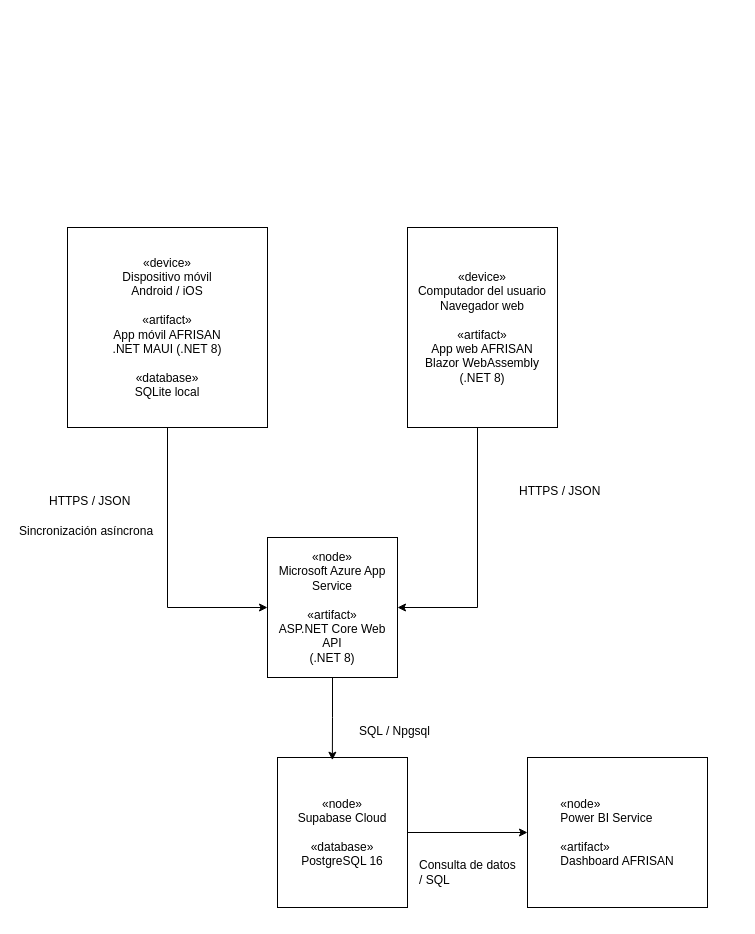
The draw.io diagram ARQUITECTURA/DIAGRAMAS/AFRISAN_04_DIAGRAMA_DESPLIEGUE.drawio in Tormenta-Yarek/AFRISAN-APT, before the edit. Source tidied: cells renumbered, new cells numbered last; positions are measured from the earlier drawing's top-left corner, leaving out a move shared by most shapes. Both pictures are drawn from the tidied source at 100%, with x=0, y=0 at pixel (17, 227).
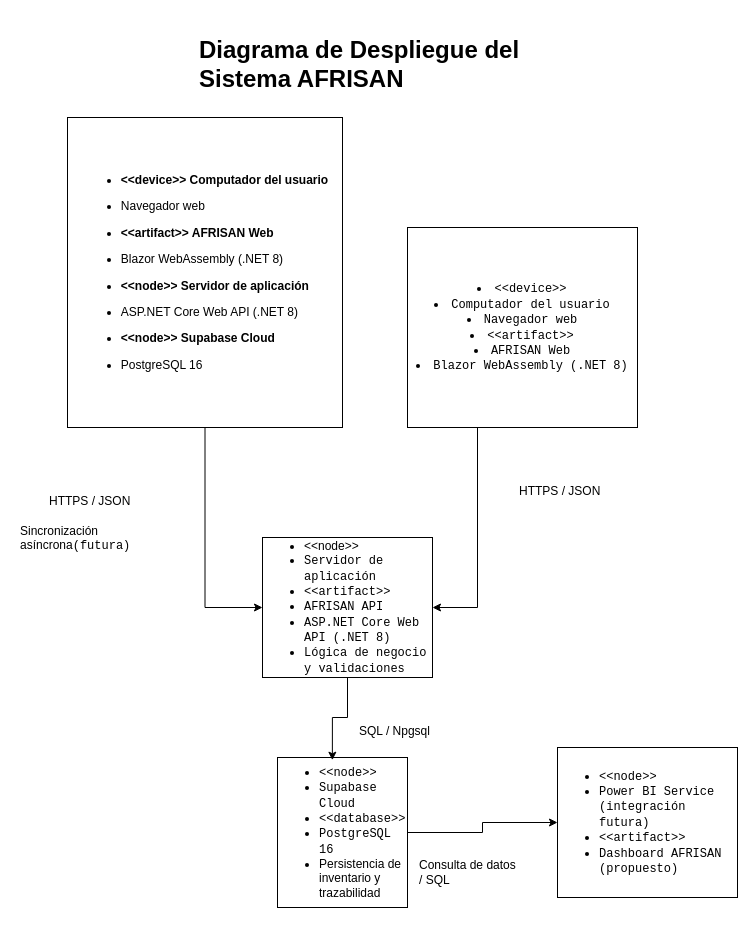
After the change.

Commit message (it also covers changes not shown here):
docs: actualizar diagramas de arquitectura AFRISAN

The edit, as a diff of the source:
```diff
@@
 <mxGraphModel>
   <root>
     <mxCell id="0" />
     <mxCell id="1" parent="0" />
     <mxCell id="2" style="edgeStyle=orthogonalEdgeStyle;rounded=0;jettySize=auto;html=1;entryX=0;entryY=0.5;entryDx=0;entryDy=0;" parent="1" edge="1" source="3" target="6">
       <mxGeometry relative="1" as="geometry" />
     </mxCell>
-    <mxCell id="3" value="«device»&lt;br/&gt;Dispositivo móvil&lt;br/&gt;Android / iOS&lt;br/&gt;&lt;br/&gt;«artifact»&lt;br/&gt;App móvil AFRISAN&lt;br/&gt;.NET MAUI (.NET 8)&lt;br/&gt;&lt;br/&gt;«database»&lt;br/&gt;SQLite local" style="html=1;whiteSpace=wrap;" parent="1" vertex="1">
-      <mxGeometry x="50" width="200" height="200" as="geometry" />
+    <mxCell id="3" value="&lt;ul&gt;&lt;li&gt;&lt;p style=&quot;text-align: left;&quot;&gt;&lt;strong&gt;&amp;lt;&amp;lt;device&amp;gt;&amp;gt; Computador del usuario&lt;/strong&gt;&lt;/p&gt;&lt;/li&gt;&lt;li&gt;&lt;p style=&quot;text-align: left;&quot;&gt;&lt;span style=&quot;background-color: transparent; color: light-dark(rgb(0, 0, 0), rgb(255, 255, 255));&quot;&gt;Navegador web&lt;/span&gt;&lt;/p&gt;&lt;/li&gt;&lt;li&gt;&lt;p style=&quot;text-align: left;&quot;&gt;&lt;strong&gt;&amp;lt;&amp;lt;artifact&amp;gt;&amp;gt; AFRISAN Web&lt;/strong&gt;&lt;/p&gt;&lt;/li&gt;&lt;li&gt;&lt;p style=&quot;text-align: left;&quot;&gt;&lt;span style=&quot;background-color: transparent; color: light-dark(rgb(0, 0, 0), rgb(255, 255, 255));&quot;&gt;Blazor WebAssembly (.NET 8)&lt;/span&gt;&lt;/p&gt;&lt;/li&gt;&lt;li&gt;&lt;p style=&quot;text-align: left;&quot;&gt;&lt;strong&gt;&amp;lt;&amp;lt;node&amp;gt;&amp;gt; Servidor de aplicación&lt;/strong&gt;&lt;/p&gt;&lt;/li&gt;&lt;li&gt;&lt;p style=&quot;text-align: left;&quot;&gt;&lt;span style=&quot;background-color: transparent; color: light-dark(rgb(0, 0, 0), rgb(255, 255, 255));&quot;&gt;ASP.NET Core Web API (.NET 8)&lt;/span&gt;&lt;/p&gt;&lt;/li&gt;&lt;li&gt;&lt;p style=&quot;text-align: left;&quot;&gt;&lt;strong&gt;&amp;lt;&amp;lt;node&amp;gt;&amp;gt; Supabase Cloud&lt;/strong&gt;&lt;/p&gt;&lt;/li&gt;&lt;li&gt;&lt;p style=&quot;text-align: left;&quot;&gt;&lt;span style=&quot;background-color: transparent; color: light-dark(rgb(0, 0, 0), rgb(255, 255, 255));&quot;&gt;PostgreSQL 16&lt;/span&gt;&lt;/p&gt;&lt;/li&gt;&lt;/ul&gt;&lt;p&gt;&lt;/p&gt;" style="html=1;whiteSpace=wrap;" parent="1" vertex="1">
+      <mxGeometry x="50" y="-110" width="275" height="310" as="geometry" />
     </mxCell>
     <mxCell id="4" style="edgeStyle=orthogonalEdgeStyle;rounded=0;jettySize=auto;html=1;" parent="1" edge="1" source="5" target="6">
       <mxGeometry relative="1" as="geometry">
         <Array as="points">
           <mxPoint x="460" y="380" />
         </Array>
       </mxGeometry>
     </mxCell>
-    <mxCell id="5" value="&lt;div&gt;«device»&lt;/div&gt;&lt;div&gt;Computador del usuario&lt;/div&gt;&lt;div&gt;Navegador web&lt;/div&gt;&lt;div&gt;&lt;br&gt;&lt;/div&gt;&lt;div&gt;«artifact»&lt;/div&gt;&lt;div&gt;App web AFRISAN&lt;/div&gt;&lt;div&gt;Blazor WebAssembly (.NET 8)&lt;/div&gt;" style="html=1;whiteSpace=wrap;" parent="1" vertex="1">
-      <mxGeometry x="390" width="150" height="200" as="geometry" />
+    <mxCell id="5" value="&lt;li&gt;&lt;code dir=&quot;ltr&quot;&gt;&amp;lt;&amp;lt;device&amp;gt;&amp;gt;&lt;/code&gt;&lt;/li&gt;&lt;li&gt;&lt;code dir=&quot;ltr&quot;&gt;Computador del usuario&lt;/code&gt;&lt;/li&gt;&lt;li&gt;&lt;code dir=&quot;ltr&quot;&gt;Navegador web&lt;/code&gt;&lt;/li&gt;&lt;li&gt;&lt;code dir=&quot;ltr&quot;&gt;&amp;lt;&amp;lt;artifact&amp;gt;&amp;gt;&lt;/code&gt;&lt;/li&gt;&lt;li&gt;&lt;code dir=&quot;ltr&quot;&gt;AFRISAN Web&lt;/code&gt;&lt;/li&gt;&lt;li&gt;&lt;code dir=&quot;ltr&quot;&gt;Blazor WebAssembly (.NET 8)&lt;/code&gt;&lt;/li&gt;" style="html=1;whiteSpace=wrap;" parent="1" vertex="1">
+      <mxGeometry x="390" width="230" height="200" as="geometry" />
     </mxCell>
-    <mxCell id="6" value="&lt;div&gt;«node»&lt;/div&gt;&lt;div&gt;Microsoft Azure App Service&lt;/div&gt;&lt;div&gt;&lt;br&gt;&lt;/div&gt;&lt;div&gt;«artifact»&lt;/div&gt;&lt;div&gt;ASP.NET Core Web API&lt;/div&gt;&lt;div&gt;(.NET 8)&lt;/div&gt;" style="html=1;whiteSpace=wrap;" parent="1" vertex="1">
-      <mxGeometry x="250" y="310" width="130" height="140" as="geometry" />
+    <mxCell id="6" value="&lt;ul&gt;&lt;li style=&quot;&quot;&gt;&lt;span style=&quot;background-color: transparent; color: light-dark(rgb(0, 0, 0), rgb(255, 255, 255));&quot;&gt;&amp;lt;&amp;lt;node&amp;gt;&amp;gt;&lt;/span&gt;&lt;/li&gt;&lt;li style=&quot;&quot;&gt;&lt;code dir=&quot;ltr&quot;&gt;Servidor de aplicación&lt;/code&gt;&lt;/li&gt;&lt;li style=&quot;&quot;&gt;&lt;code dir=&quot;ltr&quot;&gt;&amp;lt;&amp;lt;artifact&amp;gt;&amp;gt;&lt;/code&gt;&lt;/li&gt;&lt;li style=&quot;&quot;&gt;&lt;code dir=&quot;ltr&quot;&gt;AFRISAN API&lt;/code&gt;&lt;/li&gt;&lt;li style=&quot;&quot;&gt;&lt;code dir=&quot;ltr&quot;&gt;ASP.NET Core Web API (.NET 8)&lt;/code&gt;&lt;/li&gt;&lt;li style=&quot;&quot;&gt;&lt;code dir=&quot;ltr&quot;&gt;Lógica de negocio y validaciones&lt;/code&gt;&lt;/li&gt;&lt;/ul&gt;" style="html=1;whiteSpace=wrap;align=left;" parent="1" vertex="1">
+      <mxGeometry x="245" y="310" width="170" height="140" as="geometry" />
     </mxCell>
     <mxCell id="7" style="edgeStyle=orthogonalEdgeStyle;rounded=0;jettySize=auto;html=1;entryX=0;entryY=0.5;entryDx=0;entryDy=0;" parent="1" edge="1" source="8" target="9">
       <mxGeometry relative="1" as="geometry" />
     </mxCell>
-    <mxCell id="8" value="&lt;div&gt;«node»&lt;/div&gt;&lt;div&gt;Supabase Cloud&lt;/div&gt;&lt;div&gt;&lt;br&gt;&lt;/div&gt;&lt;div&gt;«database»&lt;/div&gt;&lt;div&gt;PostgreSQL 16&lt;/div&gt;" style="html=1;whiteSpace=wrap;" parent="1" vertex="1">
+    <mxCell id="8" value="&lt;ul&gt;&lt;li&gt;&lt;code dir=&quot;ltr&quot;&gt;&amp;lt;&amp;lt;node&amp;gt;&amp;gt;&lt;/code&gt;&lt;/li&gt;&lt;li&gt;&lt;code dir=&quot;ltr&quot;&gt;Supabase Cloud&lt;/code&gt;&lt;/li&gt;&lt;li&gt;&lt;code dir=&quot;ltr&quot;&gt;&amp;lt;&amp;lt;database&amp;gt;&amp;gt;&lt;/code&gt;&lt;/li&gt;&lt;li&gt;&lt;code dir=&quot;ltr&quot;&gt;PostgreSQL 16&lt;/code&gt;&lt;/li&gt;&lt;li&gt;&lt;span style=&quot;background-color: transparent; color: light-dark(rgb(0, 0, 0), rgb(255, 255, 255));&quot;&gt;Persistencia de inventario y trazabilidad&lt;/span&gt;&lt;/li&gt;&lt;/ul&gt;" style="html=1;whiteSpace=wrap;align=left;" parent="1" vertex="1">
       <mxGeometry x="260" y="530" width="130" height="150" as="geometry" />
     </mxCell>
-    <mxCell id="9" value="&lt;div style=&quot;text-align: left;&quot;&gt;«node»&lt;/div&gt;&lt;div style=&quot;text-align: left;&quot;&gt;Power BI Service&lt;/div&gt;&lt;div style=&quot;text-align: left;&quot;&gt;&lt;br&gt;&lt;/div&gt;&lt;div style=&quot;text-align: left;&quot;&gt;«artifact»&lt;/div&gt;&lt;div style=&quot;text-align: left;&quot;&gt;Dashboard AFRISAN&lt;/div&gt;" style="html=1;whiteSpace=wrap;" parent="1" vertex="1">
-      <mxGeometry x="510" y="530" width="180" height="150" as="geometry" />
+    <mxCell id="9" value="&lt;div style=&quot;&quot;&gt;&lt;ul&gt;&lt;li style=&quot;&quot;&gt;&lt;code dir=&quot;ltr&quot;&gt;&amp;lt;&amp;lt;node&amp;gt;&amp;gt;&lt;/code&gt;&lt;/li&gt;&lt;li style=&quot;&quot;&gt;&lt;code dir=&quot;ltr&quot;&gt;Power BI Service (integración futura)&lt;/code&gt;&lt;/li&gt;&lt;li style=&quot;&quot;&gt;&lt;code dir=&quot;ltr&quot;&gt;&amp;lt;&amp;lt;artifact&amp;gt;&amp;gt;&lt;/code&gt;&lt;/li&gt;&lt;li style=&quot;&quot;&gt;&lt;code dir=&quot;ltr&quot;&gt;Dashboard AFRISAN (propuesto)&lt;/code&gt;&lt;/li&gt;&lt;/ul&gt;&lt;/div&gt;" style="html=1;whiteSpace=wrap;align=left;" parent="1" vertex="1">
+      <mxGeometry x="540" y="520" width="180" height="150" as="geometry" />
     </mxCell>
     <mxCell id="10" value="&#10; Consulta de datos / SQL&#10;&#10;" style="text;whiteSpace=wrap;html=1;" parent="1" vertex="1">
       <mxGeometry x="400" y="610" width="100" height="40" as="geometry" />
     </mxCell>
     <mxCell id="11" value="HTTPS / JSON" style="text;whiteSpace=wrap;html=1;" parent="1" vertex="1">
       <mxGeometry x="500" y="250" width="110" height="40" as="geometry" />
     </mxCell>
     <mxCell id="12" value="HTTPS / JSON" style="text;whiteSpace=wrap;html=1;" parent="1" vertex="1">
       <mxGeometry x="30" y="260" width="110" height="40" as="geometry" />
     </mxCell>
-    <mxCell id="13" value="Sincronización asíncrona" style="text;whiteSpace=wrap;html=1;" parent="1" vertex="1">
-      <mxGeometry y="290" width="170" height="40" as="geometry" />
+    <mxCell id="13" value="Sincronización asíncrona&lt;code&gt;(futura)&lt;/code&gt;&lt;div&gt;&lt;code&gt;&lt;br&gt;&lt;/code&gt;&lt;/div&gt;" style="text;whiteSpace=wrap;html=1;" parent="1" vertex="1">
+      <mxGeometry x="1" y="290" width="170" height="40" as="geometry" />
     </mxCell>
     <mxCell id="14" value="SQL / Npgsql" style="text;whiteSpace=wrap;html=1;" parent="1" vertex="1">
       <mxGeometry x="340" y="490" width="100" height="40" as="geometry" />
     </mxCell>
     <mxCell id="15" style="edgeStyle=orthogonalEdgeStyle;rounded=0;jettySize=auto;html=1;entryX=0.422;entryY=0.018;entryDx=0;entryDy=0;entryPerimeter=0;" parent="1" edge="1" source="6" target="8">
       <mxGeometry relative="1" as="geometry" />
     </mxCell>
+    <mxCell id="16" value="&lt;p&gt;&lt;strong&gt;&lt;span&gt;&lt;font style=&quot;font-size: 24px;&quot;&gt;Diagrama de Despliegue del Sistema AFRISAN&lt;/font&gt;&lt;/span&gt;&lt;/strong&gt;&lt;/p&gt;&lt;p&gt;&lt;/p&gt;" style="text;whiteSpace=wrap;html=1;" parent="1" vertex="1">
+      <mxGeometry x="180" y="-210" width="390" height="50" as="geometry" />
+    </mxCell>
   </root>
 </mxGraphModel>
```
